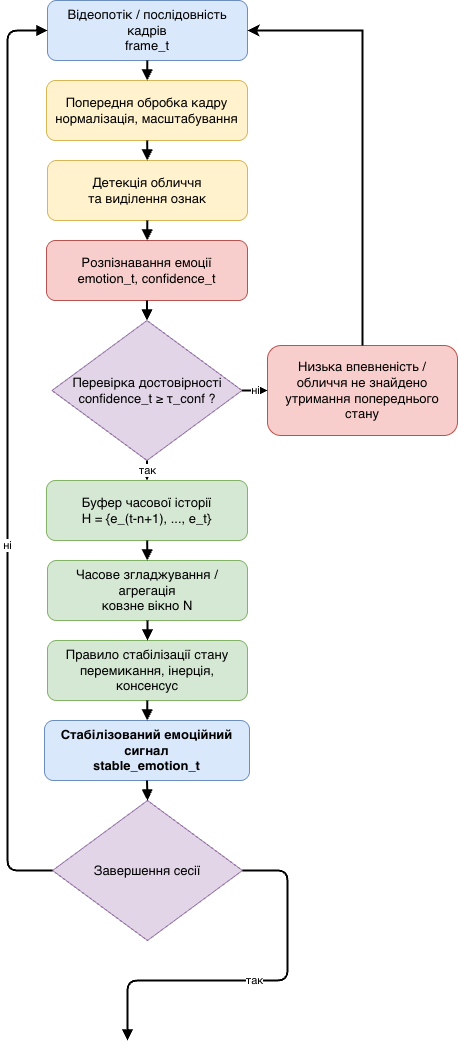
Earlier version of the draw.io export examples/assets/2_3_stable.png (ipz-ztu-edu-ua/ipz-presentations). Source tidied: cells renumbered, new cells last; positions are measured from the earlier drawing's top-left corner, leaving out a move shared by most shapes. Its diagram source:
```xml
<mxGraphModel>
  <root>
    <mxCell id="0" />
    <mxCell id="1" parent="0" />
    <mxCell id="2" value="Відеопотік / послідовність кадрів&#10;frame_t" style="rounded=1;whiteSpace=wrap;html=1;fillColor=#dae8fc;strokeColor=#6c8ebf;fontSize=13;" parent="1" vertex="1">
      <mxGeometry x="40" width="200" height="60" as="geometry" />
    </mxCell>
    <mxCell id="3" value="Попередня обробка кадру&#10;нормалізація, масштабування" style="rounded=1;whiteSpace=wrap;html=1;fillColor=#fff2cc;strokeColor=#d6b656;fontSize=13;" parent="1" vertex="1">
      <mxGeometry x="39" y="80" width="201" height="60" as="geometry" />
    </mxCell>
    <mxCell id="4" value="Детекція обличчя&#10;та виділення ознак" style="rounded=1;whiteSpace=wrap;html=1;fillColor=#fff2cc;strokeColor=#d6b656;fontSize=13;" parent="1" vertex="1">
      <mxGeometry x="40" y="160" width="200" height="60" as="geometry" />
    </mxCell>
    <mxCell id="5" value="Розпізнавання емоції&#10;emotion_t, confidence_t" style="rounded=1;whiteSpace=wrap;html=1;fillColor=#f8cecc;strokeColor=#b85450;fontSize=13;" parent="1" vertex="1">
      <mxGeometry x="39" y="240" width="201" height="60" as="geometry" />
    </mxCell>
    <mxCell id="6" value="Перевірка достовірності&#10;confidence_t ≥ τ_conf ?" style="rhombus;whiteSpace=wrap;html=1;fillColor=#e1d5e7;strokeColor=#9673a6;fontSize=13;" parent="1" vertex="1">
      <mxGeometry x="44.5" y="320" width="190" height="140" as="geometry" />
    </mxCell>
    <mxCell id="7" value="Буфер часової історії&#10;H = {e_(t-n+1), ..., e_t}" style="rounded=1;whiteSpace=wrap;html=1;fillColor=#d5e8d4;strokeColor=#82b366;fontSize=13;" parent="1" vertex="1">
      <mxGeometry x="39" y="480" width="201" height="60" as="geometry" />
    </mxCell>
    <mxCell id="8" value="Часове згладжування / агрегація&#10;ковзне вікно N" style="rounded=1;whiteSpace=wrap;html=1;fillColor=#d5e8d4;strokeColor=#82b366;fontSize=13;" parent="1" vertex="1">
      <mxGeometry x="40" y="560" width="200" height="60" as="geometry" />
    </mxCell>
    <mxCell id="9" value="Правило стабілізації стану&#10;перемикання, інерція, консенсус" style="rounded=1;whiteSpace=wrap;html=1;fillColor=#d5e8d4;strokeColor=#82b366;fontSize=13;" parent="1" vertex="1">
      <mxGeometry x="40" y="640" width="200" height="60" as="geometry" />
    </mxCell>
    <mxCell id="10" value="Стабілізований емоційний сигнал&#10;stable_emotion_t" style="rounded=1;whiteSpace=wrap;html=1;fillColor=#dae8fc;strokeColor=#6c8ebf;fontSize=13;fontStyle=1;" parent="1" vertex="1">
      <mxGeometry x="37" y="720" width="205" height="60" as="geometry" />
    </mxCell>
    <mxCell id="11" value="Низька впевненість /&#10;обличчя не знайдено&#10;утримання попереднього стану" style="rounded=1;whiteSpace=wrap;html=1;fillColor=#f8cecc;strokeColor=#b85450;fontSize=13;" parent="1" vertex="1">
      <mxGeometry x="260" y="345" width="190" height="90" as="geometry" />
    </mxCell>
    <mxCell id="12" style="endArrow=block;html=1;strokeWidth=2;" parent="1" edge="1" source="2" target="3">
      <mxGeometry relative="1" as="geometry" />
    </mxCell>
    <mxCell id="13" style="endArrow=block;html=1;strokeWidth=2;" parent="1" edge="1" source="3" target="4">
      <mxGeometry relative="1" as="geometry" />
    </mxCell>
    <mxCell id="14" style="endArrow=block;html=1;strokeWidth=2;" parent="1" edge="1" source="4" target="5">
      <mxGeometry relative="1" as="geometry" />
    </mxCell>
    <mxCell id="15" style="endArrow=block;html=1;strokeWidth=2;" parent="1" edge="1" source="5" target="6">
      <mxGeometry relative="1" as="geometry" />
    </mxCell>
    <mxCell id="16" value="так" style="endArrow=block;html=1;strokeWidth=2;" parent="1" edge="1" source="6" target="7">
      <mxGeometry relative="1" as="geometry" />
    </mxCell>
    <mxCell id="17" value="ні" style="endArrow=block;html=1;strokeWidth=2;exitX=1;exitY=0.5;exitDx=0;exitDy=0;entryX=0;entryY=0.5;entryDx=0;entryDy=0;" parent="1" edge="1" source="6" target="11">
      <mxGeometry relative="1" as="geometry" />
    </mxCell>
    <mxCell id="18" style="endArrow=block;html=1;strokeWidth=2;" parent="1" edge="1" source="7" target="8">
      <mxGeometry relative="1" as="geometry" />
    </mxCell>
    <mxCell id="19" style="endArrow=block;html=1;strokeWidth=2;" parent="1" edge="1" source="8" target="9">
      <mxGeometry relative="1" as="geometry" />
    </mxCell>
    <mxCell id="20" style="endArrow=block;html=1;strokeWidth=2;" parent="1" edge="1" source="9" target="10">
      <mxGeometry relative="1" as="geometry" />
    </mxCell>
    <mxCell id="21" style="endArrow=classic;html=1;rounded=0;strokeWidth=2;entryX=1;entryY=0.5;entryDx=0;entryDy=0;exitX=0.5;exitY=0;exitDx=0;exitDy=0;" parent="1" edge="1" source="11" target="2">
      <mxGeometry relative="1" as="geometry">
        <Array as="points">
          <mxPoint x="355" y="320" />
          <mxPoint x="355" y="30" />
        </Array>
      </mxGeometry>
    </mxCell>
    <mxCell id="22" value="Завершення сесії" style="rhombus;whiteSpace=wrap;html=1;fillColor=#e1d5e7;strokeColor=#9673a6;fontSize=13;" parent="1" vertex="1">
      <mxGeometry x="45" y="800" width="190" height="140" as="geometry" />
    </mxCell>
    <mxCell id="23" style="endArrow=block;html=1;strokeWidth=2;exitX=0.5;exitY=1;exitDx=0;exitDy=0;entryX=0.5;entryY=0;entryDx=0;entryDy=0;" parent="1" edge="1" source="10" target="22">
      <mxGeometry relative="1" as="geometry" />
    </mxCell>
    <mxCell id="24" value="ні" style="endArrow=block;html=1;strokeWidth=2;exitX=0;exitY=0.5;exitDx=0;exitDy=0;entryX=0;entryY=0.5;entryDx=0;entryDy=0;" parent="1" edge="1" source="22" target="2">
      <mxGeometry x="-0.2" relative="1" as="geometry">
        <Array as="points">
          <mxPoint y="870" />
          <mxPoint y="30" />
        </Array>
      </mxGeometry>
    </mxCell>
    <mxCell id="25" value="так" style="endArrow=block;html=1;strokeWidth=2;exitX=1;exitY=0.5;exitDx=0;exitDy=0;" parent="1" edge="1" source="22">
      <mxGeometry relative="1" as="geometry">
        <mxPoint x="120" y="1040" as="targetPoint" />
        <Array as="points">
          <mxPoint x="280" y="870" />
          <mxPoint x="280" y="980" />
          <mxPoint x="120" y="980" />
        </Array>
      </mxGeometry>
    </mxCell>
  </root>
</mxGraphModel>
```
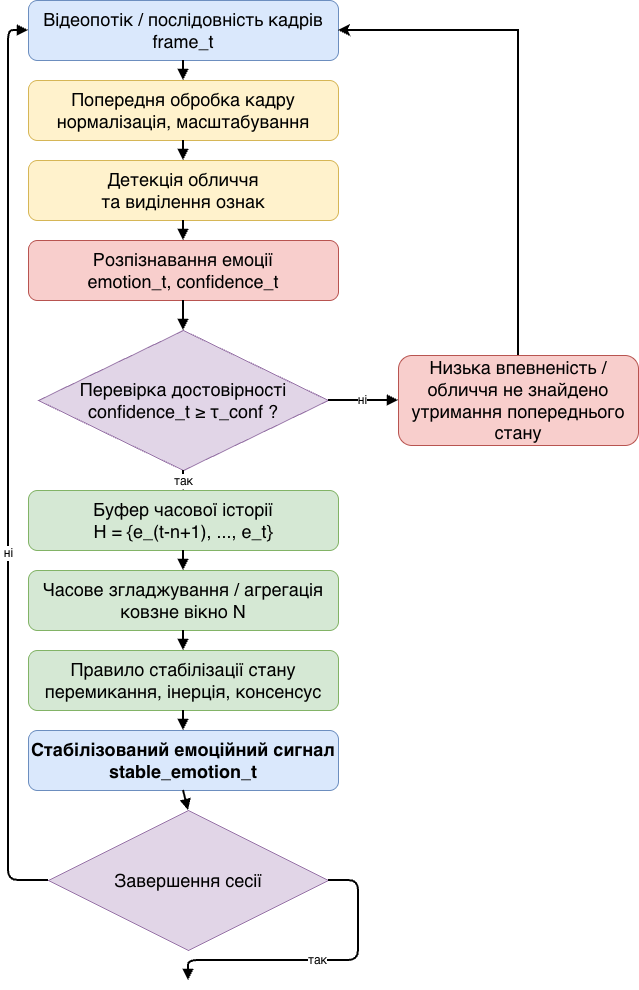
After the commit.

Change to the diagram source:
```diff
@@ -2,92 +2,91 @@
   <root>
     <mxCell id="0" />
     <mxCell id="1" parent="0" />
-    <mxCell id="2" value="Відеопотік / послідовність кадрів&#10;frame_t" style="rounded=1;whiteSpace=wrap;html=1;fillColor=#dae8fc;strokeColor=#6c8ebf;fontSize=13;" parent="1" vertex="1">
-      <mxGeometry x="40" width="200" height="60" as="geometry" />
+    <mxCell id="2" value="Відеопотік / послідовність кадрів&#10;frame_t" style="rounded=1;whiteSpace=wrap;html=1;fillColor=#dae8fc;strokeColor=#6c8ebf;fontSize=18;" parent="1" vertex="1">
+      <mxGeometry x="20" width="310" height="60" as="geometry" />
     </mxCell>
-    <mxCell id="3" value="Попередня обробка кадру&#10;нормалізація, масштабування" style="rounded=1;whiteSpace=wrap;html=1;fillColor=#fff2cc;strokeColor=#d6b656;fontSize=13;" parent="1" vertex="1">
-      <mxGeometry x="39" y="80" width="201" height="60" as="geometry" />
+    <mxCell id="3" value="Попередня обробка кадру&#10;нормалізація, масштабування" style="rounded=1;whiteSpace=wrap;html=1;fillColor=#fff2cc;strokeColor=#d6b656;fontSize=18;" parent="1" vertex="1">
+      <mxGeometry x="20" y="80" width="310" height="60" as="geometry" />
     </mxCell>
-    <mxCell id="4" value="Детекція обличчя&#10;та виділення ознак" style="rounded=1;whiteSpace=wrap;html=1;fillColor=#fff2cc;strokeColor=#d6b656;fontSize=13;" parent="1" vertex="1">
-      <mxGeometry x="40" y="160" width="200" height="60" as="geometry" />
+    <mxCell id="4" value="Детекція обличчя&#10;та виділення ознак" style="rounded=1;whiteSpace=wrap;html=1;fillColor=#fff2cc;strokeColor=#d6b656;fontSize=18;" parent="1" vertex="1">
+      <mxGeometry x="20" y="160" width="310" height="60" as="geometry" />
     </mxCell>
-    <mxCell id="5" value="Розпізнавання емоції&#10;emotion_t, confidence_t" style="rounded=1;whiteSpace=wrap;html=1;fillColor=#f8cecc;strokeColor=#b85450;fontSize=13;" parent="1" vertex="1">
-      <mxGeometry x="39" y="240" width="201" height="60" as="geometry" />
+    <mxCell id="5" value="Розпізнавання емоції&#10;emotion_t, confidence_t" style="rounded=1;whiteSpace=wrap;html=1;fillColor=#f8cecc;strokeColor=#b85450;fontSize=18;" parent="1" vertex="1">
+      <mxGeometry x="20" y="240" width="310" height="60" as="geometry" />
     </mxCell>
-    <mxCell id="6" value="Перевірка достовірності&#10;confidence_t ≥ τ_conf ?" style="rhombus;whiteSpace=wrap;html=1;fillColor=#e1d5e7;strokeColor=#9673a6;fontSize=13;" parent="1" vertex="1">
-      <mxGeometry x="44.5" y="320" width="190" height="140" as="geometry" />
+    <mxCell id="6" value="Перевірка достовірності&#10;confidence_t ≥ τ_conf ?" style="rhombus;whiteSpace=wrap;html=1;fillColor=#e1d5e7;strokeColor=#9673a6;fontSize=18;" parent="1" vertex="1">
+      <mxGeometry x="30" y="330" width="290" height="140" as="geometry" />
     </mxCell>
-    <mxCell id="7" value="Буфер часової історії&#10;H = {e_(t-n+1), ..., e_t}" style="rounded=1;whiteSpace=wrap;html=1;fillColor=#d5e8d4;strokeColor=#82b366;fontSize=13;" parent="1" vertex="1">
-      <mxGeometry x="39" y="480" width="201" height="60" as="geometry" />
+    <mxCell id="7" value="Буфер часової історії&#10;H = {e_(t-n+1), ..., e_t}" style="rounded=1;whiteSpace=wrap;html=1;fillColor=#d5e8d4;strokeColor=#82b366;fontSize=18;" parent="1" vertex="1">
+      <mxGeometry x="20" y="490" width="310" height="60" as="geometry" />
     </mxCell>
-    <mxCell id="8" value="Часове згладжування / агрегація&#10;ковзне вікно N" style="rounded=1;whiteSpace=wrap;html=1;fillColor=#d5e8d4;strokeColor=#82b366;fontSize=13;" parent="1" vertex="1">
-      <mxGeometry x="40" y="560" width="200" height="60" as="geometry" />
+    <mxCell id="8" value="Часове згладжування / агрегація&#10;ковзне вікно N" style="rounded=1;whiteSpace=wrap;html=1;fillColor=#d5e8d4;strokeColor=#82b366;fontSize=18;" parent="1" vertex="1">
+      <mxGeometry x="20" y="570" width="310" height="60" as="geometry" />
     </mxCell>
-    <mxCell id="9" value="Правило стабілізації стану&#10;перемикання, інерція, консенсус" style="rounded=1;whiteSpace=wrap;html=1;fillColor=#d5e8d4;strokeColor=#82b366;fontSize=13;" parent="1" vertex="1">
-      <mxGeometry x="40" y="640" width="200" height="60" as="geometry" />
+    <mxCell id="9" value="Правило стабілізації стану&#10;перемикання, інерція, консенсус" style="rounded=1;whiteSpace=wrap;html=1;fillColor=#d5e8d4;strokeColor=#82b366;fontSize=18;" parent="1" vertex="1">
+      <mxGeometry x="20" y="650" width="310" height="60" as="geometry" />
     </mxCell>
-    <mxCell id="10" value="Стабілізований емоційний сигнал&#10;stable_emotion_t" style="rounded=1;whiteSpace=wrap;html=1;fillColor=#dae8fc;strokeColor=#6c8ebf;fontSize=13;fontStyle=1;" parent="1" vertex="1">
-      <mxGeometry x="37" y="720" width="205" height="60" as="geometry" />
+    <mxCell id="10" value="Стабілізований емоційний сигнал&#10;stable_emotion_t" style="rounded=1;whiteSpace=wrap;html=1;fillColor=#dae8fc;strokeColor=#6c8ebf;fontSize=18;fontStyle=1;" parent="1" vertex="1">
+      <mxGeometry x="20" y="730" width="310" height="60" as="geometry" />
     </mxCell>
-    <mxCell id="11" value="Низька впевненість /&#10;обличчя не знайдено&#10;утримання попереднього стану" style="rounded=1;whiteSpace=wrap;html=1;fillColor=#f8cecc;strokeColor=#b85450;fontSize=13;" parent="1" vertex="1">
-      <mxGeometry x="260" y="345" width="190" height="90" as="geometry" />
+    <mxCell id="11" value="Низька впевненість /&#10;обличчя не знайдено&#10;утримання попереднього стану" style="rounded=1;whiteSpace=wrap;html=1;fillColor=#f8cecc;strokeColor=#b85450;fontSize=18;" parent="1" vertex="1">
+      <mxGeometry x="390" y="355" width="240" height="90" as="geometry" />
     </mxCell>
-    <mxCell id="12" style="endArrow=block;html=1;strokeWidth=2;" parent="1" edge="1" source="2" target="3">
+    <mxCell id="12" style="endArrow=block;html=1;strokeWidth=2;fontSize=16;" parent="1" edge="1" source="2" target="3">
       <mxGeometry relative="1" as="geometry" />
     </mxCell>
-    <mxCell id="13" style="endArrow=block;html=1;strokeWidth=2;" parent="1" edge="1" source="3" target="4">
+    <mxCell id="13" style="endArrow=block;html=1;strokeWidth=2;fontSize=16;" parent="1" edge="1" source="3" target="4">
       <mxGeometry relative="1" as="geometry" />
     </mxCell>
-    <mxCell id="14" style="endArrow=block;html=1;strokeWidth=2;" parent="1" edge="1" source="4" target="5">
+    <mxCell id="14" style="endArrow=block;html=1;strokeWidth=2;fontSize=16;" parent="1" edge="1" source="4" target="5">
       <mxGeometry relative="1" as="geometry" />
     </mxCell>
-    <mxCell id="15" style="endArrow=block;html=1;strokeWidth=2;" parent="1" edge="1" source="5" target="6">
+    <mxCell id="15" style="endArrow=block;html=1;strokeWidth=2;fontSize=16;" parent="1" edge="1" source="5" target="6">
       <mxGeometry relative="1" as="geometry" />
     </mxCell>
-    <mxCell id="16" value="так" style="endArrow=block;html=1;strokeWidth=2;" parent="1" edge="1" source="6" target="7">
+    <mxCell id="16" value="так" style="endArrow=block;html=1;strokeWidth=2;fontSize=12;" parent="1" edge="1" source="6" target="7">
       <mxGeometry relative="1" as="geometry" />
     </mxCell>
-    <mxCell id="17" value="ні" style="endArrow=block;html=1;strokeWidth=2;exitX=1;exitY=0.5;exitDx=0;exitDy=0;entryX=0;entryY=0.5;entryDx=0;entryDy=0;" parent="1" edge="1" source="6" target="11">
-      <mxGeometry relative="1" as="geometry" />
+    <mxCell id="17" value="ні" style="endArrow=block;html=1;strokeWidth=2;exitX=1;exitY=0.5;exitDx=0;exitDy=0;entryX=0;entryY=0.5;entryDx=0;entryDy=0;fontSize=12;" parent="1" edge="1" source="6" target="11">
+      <mxGeometry x="-0.03" relative="1" as="geometry" />
     </mxCell>
-    <mxCell id="18" style="endArrow=block;html=1;strokeWidth=2;" parent="1" edge="1" source="7" target="8">
+    <mxCell id="18" style="endArrow=block;html=1;strokeWidth=2;fontSize=16;" parent="1" edge="1" source="7" target="8">
       <mxGeometry relative="1" as="geometry" />
     </mxCell>
-    <mxCell id="19" style="endArrow=block;html=1;strokeWidth=2;" parent="1" edge="1" source="8" target="9">
+    <mxCell id="19" style="endArrow=block;html=1;strokeWidth=2;fontSize=16;" parent="1" edge="1" source="8" target="9">
       <mxGeometry relative="1" as="geometry" />
     </mxCell>
-    <mxCell id="20" style="endArrow=block;html=1;strokeWidth=2;" parent="1" edge="1" source="9" target="10">
+    <mxCell id="20" style="endArrow=block;html=1;strokeWidth=2;fontSize=16;" parent="1" edge="1" source="9" target="10">
       <mxGeometry relative="1" as="geometry" />
     </mxCell>
-    <mxCell id="21" style="endArrow=classic;html=1;rounded=0;strokeWidth=2;entryX=1;entryY=0.5;entryDx=0;entryDy=0;exitX=0.5;exitY=0;exitDx=0;exitDy=0;" parent="1" edge="1" source="11" target="2">
+    <mxCell id="21" style="endArrow=classic;html=1;rounded=0;strokeWidth=2;entryX=1;entryY=0.5;entryDx=0;entryDy=0;exitX=0.5;exitY=0;exitDx=0;exitDy=0;fontSize=16;" parent="1" edge="1" source="11" target="2">
       <mxGeometry relative="1" as="geometry">
         <Array as="points">
-          <mxPoint x="355" y="320" />
-          <mxPoint x="355" y="30" />
+          <mxPoint x="510" y="30" />
         </Array>
       </mxGeometry>
     </mxCell>
-    <mxCell id="22" value="Завершення сесії" style="rhombus;whiteSpace=wrap;html=1;fillColor=#e1d5e7;strokeColor=#9673a6;fontSize=13;" parent="1" vertex="1">
-      <mxGeometry x="45" y="800" width="190" height="140" as="geometry" />
+    <mxCell id="22" value="Завершення сесії" style="rhombus;whiteSpace=wrap;html=1;fillColor=#e1d5e7;strokeColor=#9673a6;fontSize=18;" parent="1" vertex="1">
+      <mxGeometry x="40" y="810" width="280" height="140" as="geometry" />
     </mxCell>
-    <mxCell id="23" style="endArrow=block;html=1;strokeWidth=2;exitX=0.5;exitY=1;exitDx=0;exitDy=0;entryX=0.5;entryY=0;entryDx=0;entryDy=0;" parent="1" edge="1" source="10" target="22">
+    <mxCell id="23" style="endArrow=block;html=1;strokeWidth=2;exitX=0.5;exitY=1;exitDx=0;exitDy=0;entryX=0.5;entryY=0;entryDx=0;entryDy=0;fontSize=16;" parent="1" edge="1" source="10" target="22">
       <mxGeometry relative="1" as="geometry" />
     </mxCell>
-    <mxCell id="24" value="ні" style="endArrow=block;html=1;strokeWidth=2;exitX=0;exitY=0.5;exitDx=0;exitDy=0;entryX=0;entryY=0.5;entryDx=0;entryDy=0;" parent="1" edge="1" source="22" target="2">
-      <mxGeometry x="-0.2" relative="1" as="geometry">
+    <mxCell id="24" value="ні" style="endArrow=block;html=1;strokeWidth=2;exitX=0;exitY=0.5;exitDx=0;exitDy=0;entryX=0;entryY=0.5;entryDx=0;entryDy=0;fontSize=12;" parent="1" edge="1" source="22" target="2">
+      <mxGeometry x="-0.19" relative="1" as="geometry">
         <Array as="points">
-          <mxPoint y="870" />
+          <mxPoint y="880" />
           <mxPoint y="30" />
         </Array>
       </mxGeometry>
     </mxCell>
-    <mxCell id="25" value="так" style="endArrow=block;html=1;strokeWidth=2;exitX=1;exitY=0.5;exitDx=0;exitDy=0;" parent="1" edge="1" source="22">
+    <mxCell id="25" value="так" style="endArrow=block;html=1;strokeWidth=2;exitX=1;exitY=0.5;exitDx=0;exitDy=0;fontSize=12;" parent="1" edge="1" source="22">
       <mxGeometry relative="1" as="geometry">
-        <mxPoint x="120" y="1040" as="targetPoint" />
+        <mxPoint x="180" y="980" as="targetPoint" />
         <Array as="points">
-          <mxPoint x="280" y="870" />
-          <mxPoint x="280" y="980" />
-          <mxPoint x="120" y="980" />
+          <mxPoint x="350" y="880" />
+          <mxPoint x="350" y="960" />
+          <mxPoint x="180" y="960" />
         </Array>
       </mxGeometry>
     </mxCell>
```
